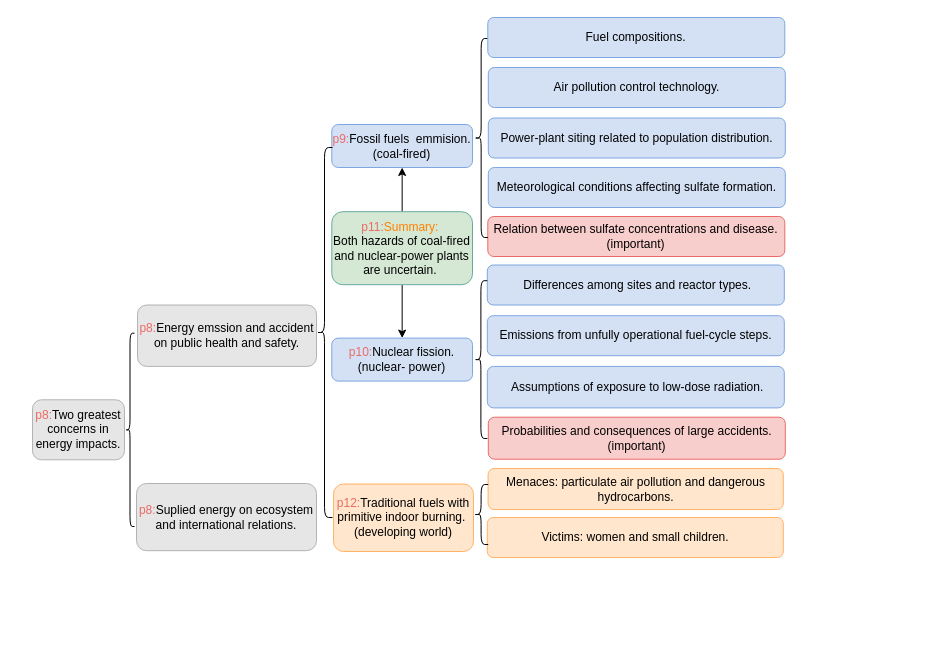
The draw.io diagram mindmap.drawio in limengzhu3211/draw, before the edit. Source tidied: cells renumbered, new cells numbered last; positions are measured from the earlier drawing's top-left corner, leaving out a move shared by most shapes. Both pictures are drawn from the tidied source at 100%, with x=0, y=0 at pixel (32, 17).
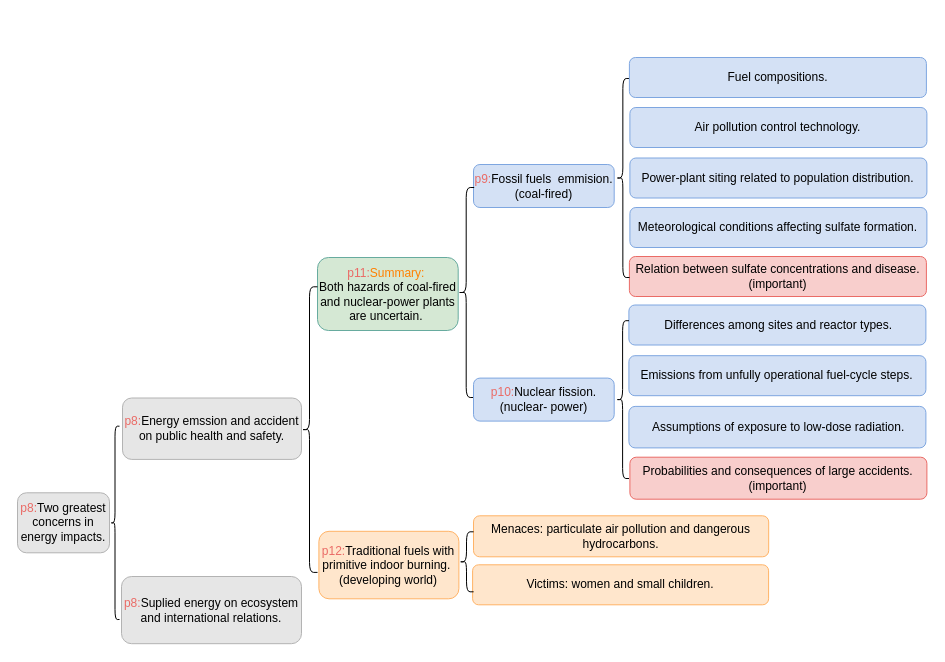
The same diagram, later.

The edit, as a diff of the source:
```diff
@@
     <mxCell id="2" value="&lt;font color=&quot;#ea6b66&quot;&gt;p8:&lt;/font&gt;Two greatest concerns in energy impacts." style="rounded=1;whiteSpace=wrap;html=1;fillColor=#E6E6E6;strokeColor=#B3B3B3;" parent="1" vertex="1">
-      <mxGeometry y="382.3" width="92" height="60" as="geometry" />
+      <mxGeometry x="-15" y="475.3" width="92" height="60" as="geometry" />
     </mxCell>
     <mxCell id="3" style="shape=curlyBracket;whiteSpace=wrap;html=1;rounded=1;size=0.5;" parent="1" vertex="1">
-      <mxGeometry x="93" y="315.7" width="9" height="193.3" as="geometry" />
+      <mxGeometry x="78" y="408.7" width="9" height="193.3" as="geometry" />
     </mxCell>
     <mxCell id="4" value="&lt;font color=&quot;#ea6b66&quot;&gt;p8:&lt;/font&gt;Suplied energy on ecosystem and international relations." style="rounded=1;whiteSpace=wrap;html=1;fillColor=#E6E6E6;strokeColor=#B3B3B3;" parent="1" vertex="1">
-      <mxGeometry x="104" y="466" width="180" height="67.2" as="geometry" />
+      <mxGeometry x="89" y="559" width="180" height="67.2" as="geometry" />
     </mxCell>
     <mxCell id="5" value="&lt;font color=&quot;#ea6b66&quot;&gt;p8:&lt;/font&gt;Energy emssion and accident on public health and safety." style="rounded=1;whiteSpace=wrap;html=1;fillColor=#E6E6E6;strokeColor=#B3B3B3;" parent="1" vertex="1">
-      <mxGeometry x="105" y="287.5" width="179" height="61.4" as="geometry" />
+      <mxGeometry x="90" y="380.5" width="179" height="61.4" as="geometry" />
     </mxCell>
     <mxCell id="6" value="Air pollution control technology." style="rounded=1;whiteSpace=wrap;html=1;fillColor=#D4E1F5;strokeColor=#7EA6E0;" parent="1" vertex="1">
-      <mxGeometry x="455.8" y="50" width="297" height="40" as="geometry" />
+      <mxGeometry x="597.4" y="90" width="297" height="40" as="geometry" />
     </mxCell>
     <mxCell id="7" value="Power-plant siting related to population distribution." style="rounded=1;whiteSpace=wrap;html=1;fillColor=#D4E1F5;strokeColor=#7EA6E0;" parent="1" vertex="1">
-      <mxGeometry x="455.8" y="100.5" width="297" height="40" as="geometry" />
+      <mxGeometry x="597.4" y="140.5" width="297" height="40" as="geometry" />
     </mxCell>
     <mxCell id="8" value="Meteorological conditions affecting sulfate formation." style="rounded=1;whiteSpace=wrap;html=1;fillColor=#D4E1F5;strokeColor=#7EA6E0;" parent="1" vertex="1">
-      <mxGeometry x="455.8" y="150" width="297" height="40" as="geometry" />
+      <mxGeometry x="597.4" y="190" width="297" height="40" as="geometry" />
     </mxCell>
     <mxCell id="9" value="Relation between sulfate concentrations and disease. &lt;br&gt;(important)" style="rounded=1;whiteSpace=wrap;html=1;fillColor=#F8CECC;strokeColor=#EA6B66;" parent="1" vertex="1">
-      <mxGeometry x="455.3" y="199" width="297" height="40" as="geometry" />
+      <mxGeometry x="596.9" y="239" width="297" height="40" as="geometry" />
     </mxCell>
     <mxCell id="10" style="shape=curlyBracket;whiteSpace=wrap;html=1;rounded=1;size=0.5;" parent="1" vertex="1">
-      <mxGeometry x="442" y="21" width="13.3" height="199" as="geometry" />
+      <mxGeometry x="583.7" y="61" width="13.3" height="199" as="geometry" />
     </mxCell>
     <mxCell id="11" value="&amp;nbsp;Differences among sites and reactor types." style="rounded=1;whiteSpace=wrap;html=1;fillColor=#D4E1F5;strokeColor=#7EA6E0;" parent="1" vertex="1">
-      <mxGeometry x="454.8" y="247.5" width="297" height="40" as="geometry" />
+      <mxGeometry x="596.4" y="287.5" width="297" height="40" as="geometry" />
     </mxCell>
     <mxCell id="12" value="Emissions from unfully operational fuel-cycle steps." style="rounded=1;whiteSpace=wrap;html=1;fillColor=#D4E1F5;strokeColor=#7EA6E0;" parent="1" vertex="1">
-      <mxGeometry x="454.8" y="298.2" width="297" height="40" as="geometry" />
+      <mxGeometry x="596.4" y="338.2" width="297" height="40" as="geometry" />
     </mxCell>
     <mxCell id="13" value="&amp;nbsp;Assumptions of exposure to low-dose radiation." style="rounded=1;whiteSpace=wrap;html=1;fillColor=#D4E1F5;strokeColor=#7EA6E0;" parent="1" vertex="1">
-      <mxGeometry x="454.8" y="348.9" width="297" height="41.5" as="geometry" />
+      <mxGeometry x="596.4" y="388.9" width="297" height="41.5" as="geometry" />
     </mxCell>
     <mxCell id="14" value="Probabilities and consequences of large accidents. (important)" style="rounded=1;whiteSpace=wrap;html=1;fillColor=#F8CECC;strokeColor=#EA6B66;" parent="1" vertex="1">
-      <mxGeometry x="455.8" y="399.7" width="297" height="42" as="geometry" />
+      <mxGeometry x="597.4" y="439.7" width="297" height="42" as="geometry" />
     </mxCell>
     <mxCell id="15" style="shape=curlyBracket;whiteSpace=wrap;html=1;rounded=1;size=0.5;" parent="1" vertex="1">
-      <mxGeometry x="442" y="263.2" width="12.8" height="157.8" as="geometry" />
+      <mxGeometry x="583.7" y="303.2" width="12.8" height="157.8" as="geometry" />
     </mxCell>
     <mxCell id="16" value="Victims: women and small children." style="rounded=1;whiteSpace=wrap;html=1;fillColor=#FFE6CC;strokeColor=#FFB366;" parent="1" vertex="1">
-      <mxGeometry x="454.8" y="500" width="296" height="40" as="geometry" />
+      <mxGeometry x="440.1" y="547.3" width="296" height="40" as="geometry" />
     </mxCell>
     <mxCell id="17" value="&lt;font color=&quot;#ea6b66&quot;&gt;p9:&lt;/font&gt;Fossil fuels&amp;nbsp; emmision. (coal-fired)" style="rounded=1;whiteSpace=wrap;html=1;fillColor=#D4E1F5;strokeColor=#7EA6E0;" parent="1" vertex="1">
-      <mxGeometry x="299.3" y="107" width="140.7" height="43" as="geometry" />
+      <mxGeometry x="441" y="147" width="140.7" height="43" as="geometry" />
     </mxCell>
     <mxCell id="18" style="shape=curlyBracket;whiteSpace=wrap;html=1;rounded=1;size=0.5;" parent="1" vertex="1">
-      <mxGeometry x="284" y="130" width="16" height="370" as="geometry" />
+      <mxGeometry x="425.7" y="170" width="16" height="210" as="geometry" />
     </mxCell>
     <mxCell id="19" value="Menaces: particulate air pollution and dangerous hydrocarbons." style="rounded=1;whiteSpace=wrap;html=1;fillColor=#FFE6CC;strokeColor=#FFB366;" parent="1" vertex="1">
-      <mxGeometry x="455.6" y="451" width="295.2" height="41" as="geometry" />
+      <mxGeometry x="441" y="498.3" width="295.2" height="41" as="geometry" />
     </mxCell>
     <mxCell id="20" style="shape=curlyBracket;whiteSpace=wrap;html=1;rounded=1;" parent="1" vertex="1">
-      <mxGeometry x="441.5" y="467" width="14.2" height="60" as="geometry" />
+      <mxGeometry x="426.9" y="514.3" width="14.2" height="60" as="geometry" />
     </mxCell>
     <mxCell id="21" value="Fuel compositions." style="rounded=1;whiteSpace=wrap;html=1;fillColor=#D4E1F5;strokeColor=#7EA6E0;" parent="1" vertex="1">
-      <mxGeometry x="455.3" width="297" height="40" as="geometry" />
+      <mxGeometry x="596.9" y="40" width="297" height="40" as="geometry" />
     </mxCell>
     <mxCell id="22" value="&lt;font color=&quot;#ea6b66&quot;&gt;p12:&lt;/font&gt;Traditional fuels with primitive indoor burning.&amp;nbsp;&lt;br&gt;(developing world)" style="rounded=1;whiteSpace=wrap;html=1;fillColor=#FFE6CC;strokeColor=#FFB366;" parent="1" vertex="1">
-      <mxGeometry x="301" y="466.5" width="140" height="67.5" as="geometry" />
+      <mxGeometry x="286.4" y="513.8" width="140" height="67.5" as="geometry" />
     </mxCell>
-    <mxCell id="23" style="edgeStyle=orthogonalEdgeStyle;rounded=0;jettySize=auto;html=1;" parent="1" edge="1" source="25" target="17">
-      <mxGeometry relative="1" as="geometry" />
-    </mxCell>
-    <mxCell id="24" style="edgeStyle=orthogonalEdgeStyle;rounded=0;jettySize=auto;html=1;" parent="1" edge="1" source="25" target="26">
-      <mxGeometry relative="1" as="geometry" />
-    </mxCell>
     <mxCell id="25" value="&lt;span style=&quot;font-family: &amp;#34;helvetica&amp;#34;&quot;&gt;&lt;font color=&quot;#ea6b66&quot;&gt;p11:&lt;/font&gt;&lt;font color=&quot;#ff8000&quot;&gt;Summary:&lt;/font&gt;&amp;nbsp;&lt;br&gt;&lt;/span&gt;&lt;span style=&quot;font-family: &amp;#34;helvetica&amp;#34;&quot;&gt;Both&amp;nbsp;&lt;/span&gt;&lt;span style=&quot;font-family: &amp;#34;helvetica&amp;#34;&quot;&gt;hazards of coal-fired and nuclear-power plants are uncertain.&amp;nbsp;&lt;/span&gt;" style="rounded=1;whiteSpace=wrap;html=1;fillColor=#D5E8D4;strokeColor=#67AB9F;" parent="1" vertex="1">
-      <mxGeometry x="299.3" y="194.2" width="140.7" height="73" as="geometry" />
+      <mxGeometry x="285" y="240" width="140.7" height="73" as="geometry" />
     </mxCell>
     <mxCell id="26" value="&lt;font color=&quot;#ea6b66&quot;&gt;p10:&lt;/font&gt;&lt;span&gt;Nuclear fission.&lt;/span&gt;&lt;br&gt;&lt;span&gt;(nuclear- power)&lt;/span&gt;" style="rounded=1;whiteSpace=wrap;html=1;fillColor=#D4E1F5;strokeColor=#7EA6E0;" parent="1" vertex="1">
-      <mxGeometry x="299.3" y="320.6" width="140.7" height="43" as="geometry" />
+      <mxGeometry x="441" y="360.6" width="140.7" height="43" as="geometry" />
     </mxCell>
+    <mxCell id="27" style="shape=curlyBracket;whiteSpace=wrap;html=1;rounded=1;size=0.5;" parent="1" vertex="1">
+      <mxGeometry x="269" y="269.3" width="16" height="285.6" as="geometry" />
+    </mxCell>
```
